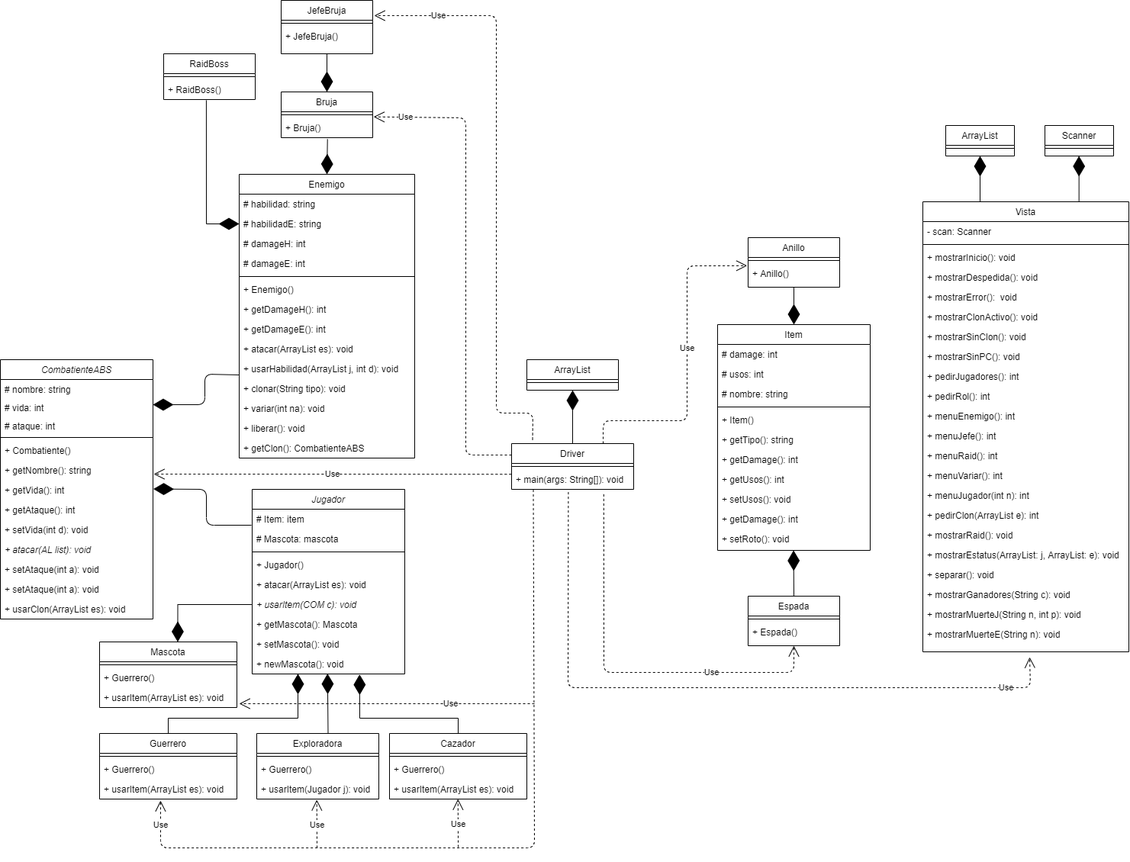
The draw.io diagram UML-Ejercicio5.png in FerEsq/Ejercicio-5, before a commit. Source tidied: cells renumbered, new cells last; positions are measured from the earlier drawing's top-left corner, leaving out a move shared by most shapes.
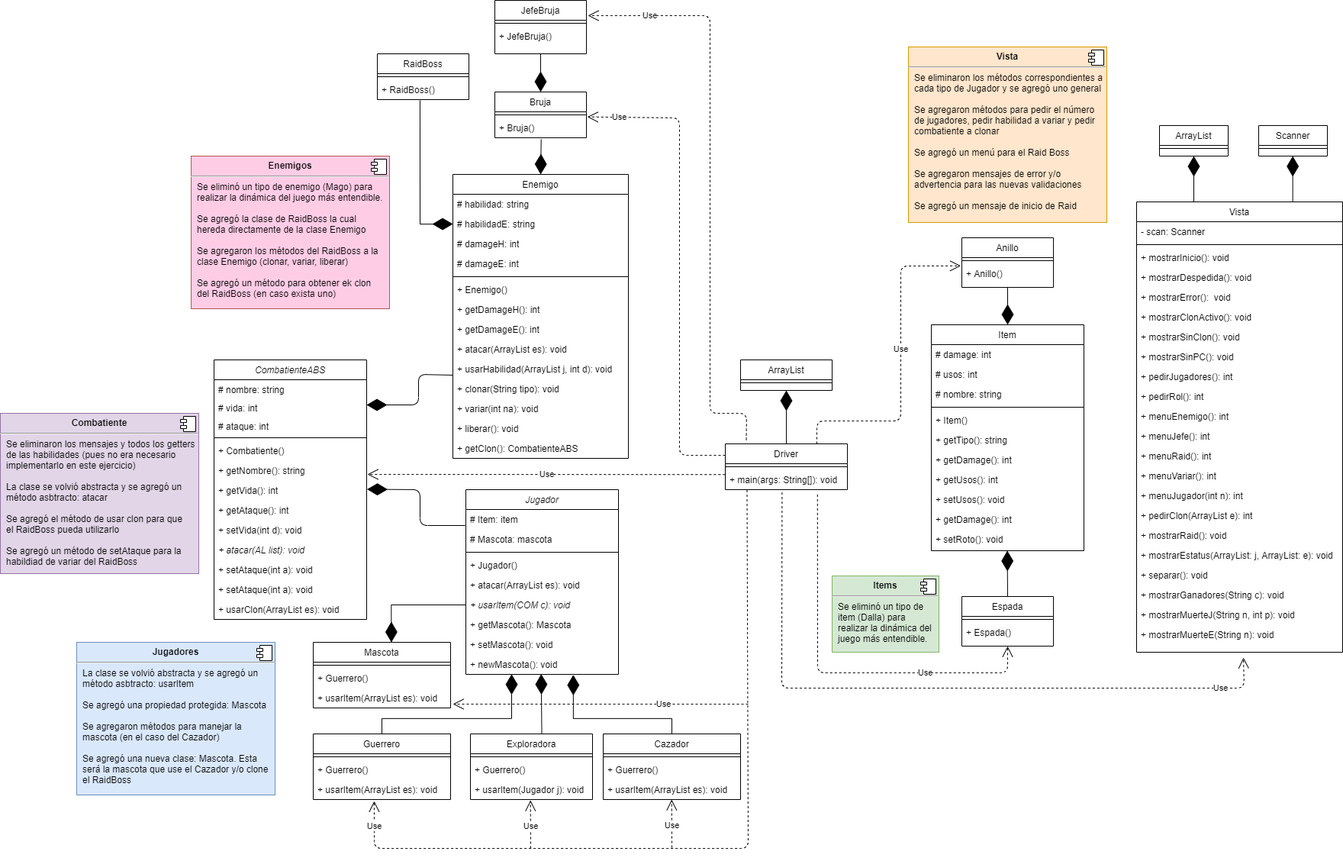
After the commit.

Commit message:
Update del UML

Se agregaron comentarios al UML nuevo (el que corresponde al ejercicio)

Change to the diagram source:
```diff
@@ -498,5 +498,45 @@
         <mxPoint x="1039.6" y="721" as="targetPoint" />
       </mxGeometry>
     </mxCell>
+    <mxCell id="140" value="&lt;p style=&quot;margin: 0px ; margin-top: 6px ; text-align: center&quot;&gt;&lt;b&gt;Enemigos&lt;/b&gt;&lt;/p&gt;&lt;hr&gt;&lt;p style=&quot;margin: 0px ; margin-left: 8px&quot;&gt;Se eliminó un tipo de enemigo (Mago) para&amp;nbsp;&lt;/p&gt;&lt;p style=&quot;margin: 0px ; margin-left: 8px&quot;&gt;realizar la dinámica del juego más entendible.&lt;/p&gt;&lt;p style=&quot;margin: 0px ; margin-left: 8px&quot;&gt;&lt;br&gt;&lt;/p&gt;&lt;p style=&quot;margin: 0px ; margin-left: 8px&quot;&gt;Se agregó la clase de RaidBoss la cual&amp;nbsp;&lt;/p&gt;&lt;p style=&quot;margin: 0px ; margin-left: 8px&quot;&gt;hereda directamente de la clase Enemigo&lt;/p&gt;&lt;p style=&quot;margin: 0px ; margin-left: 8px&quot;&gt;&lt;br&gt;&lt;/p&gt;&lt;p style=&quot;margin: 0px ; margin-left: 8px&quot;&gt;Se agregaron los métodos del RaidBoss a la&lt;/p&gt;&lt;p style=&quot;margin: 0px ; margin-left: 8px&quot;&gt;clase Enemigo (clonar, variar, liberar)&lt;/p&gt;&lt;p style=&quot;margin: 0px ; margin-left: 8px&quot;&gt;&lt;br&gt;&lt;/p&gt;&lt;p style=&quot;margin: 0px ; margin-left: 8px&quot;&gt;Se agregó un método para obtener ek clon&lt;/p&gt;&lt;p style=&quot;margin: 0px ; margin-left: 8px&quot;&gt;del RaidBoss (en caso exista uno)&lt;/p&gt;" style="align=left;overflow=fill;html=1;fillColor=#FFCCE6;strokeColor=#b85450;" parent="1" vertex="1">
+      <mxGeometry x="-30" y="204" width="260" height="200" as="geometry" />
+    </mxCell>
+    <mxCell id="141" style="shape=component;jettyWidth=8;jettyHeight=4;" parent="140" vertex="1">
+      <mxGeometry x="1" width="20" height="20" relative="1" as="geometry">
+        <mxPoint x="-24" y="4" as="offset" />
+      </mxGeometry>
+    </mxCell>
+    <mxCell id="142" value="&lt;p style=&quot;margin: 0px ; margin-top: 6px ; text-align: center&quot;&gt;&lt;b&gt;Combatiente&lt;/b&gt;&lt;/p&gt;&lt;hr&gt;&lt;p style=&quot;margin: 0px ; margin-left: 8px&quot;&gt;Se eliminaron los mensajes y todos los getters&lt;/p&gt;&lt;p style=&quot;margin: 0px ; margin-left: 8px&quot;&gt;de las habilidades (pues no era necesario&lt;/p&gt;&lt;p style=&quot;margin: 0px ; margin-left: 8px&quot;&gt;implementarlo en este ejercicio)&lt;/p&gt;&lt;p style=&quot;margin: 0px ; margin-left: 8px&quot;&gt;&lt;br&gt;&lt;/p&gt;&lt;p style=&quot;margin: 0px ; margin-left: 8px&quot;&gt;La clase se volvió abstracta y se agregó un&lt;/p&gt;&lt;p style=&quot;margin: 0px ; margin-left: 8px&quot;&gt;método asbtracto: atacar&lt;/p&gt;&lt;p style=&quot;margin: 0px ; margin-left: 8px&quot;&gt;&lt;br&gt;&lt;/p&gt;&lt;p style=&quot;margin: 0px ; margin-left: 8px&quot;&gt;Se agregó el método de usar clon para que&amp;nbsp;&lt;/p&gt;&lt;p style=&quot;margin: 0px ; margin-left: 8px&quot;&gt;el RaidBoss pueda utilizarlo&lt;/p&gt;&lt;p style=&quot;margin: 0px ; margin-left: 8px&quot;&gt;&lt;br&gt;&lt;/p&gt;&lt;p style=&quot;margin: 0px ; margin-left: 8px&quot;&gt;Se agregó un método de setAtaque para la&amp;nbsp;&lt;/p&gt;&lt;p style=&quot;margin: 0px ; margin-left: 8px&quot;&gt;habildiad de variar del RaidBoss&lt;/p&gt;&lt;p style=&quot;margin: 0px ; margin-left: 8px&quot;&gt;&amp;nbsp;&lt;/p&gt;" style="align=left;overflow=fill;html=1;fillColor=#e1d5e7;strokeColor=#9673a6;" parent="1" vertex="1">
+      <mxGeometry x="-280" y="541" width="260" height="210" as="geometry" />
+    </mxCell>
+    <mxCell id="143" style="shape=component;jettyWidth=8;jettyHeight=4;" parent="142" vertex="1">
+      <mxGeometry x="1" width="20" height="20" relative="1" as="geometry">
+        <mxPoint x="-24" y="4" as="offset" />
+      </mxGeometry>
+    </mxCell>
+    <mxCell id="144" value="&lt;p style=&quot;margin: 0px ; margin-top: 6px ; text-align: center&quot;&gt;&lt;b&gt;Jugadores&lt;/b&gt;&lt;/p&gt;&lt;hr&gt;&lt;p style=&quot;margin: 0px ; margin-left: 8px&quot;&gt;&lt;span&gt;La clase se volvió abstracta y se agregó un&lt;/span&gt;&lt;br&gt;&lt;/p&gt;&lt;p style=&quot;margin: 0px ; margin-left: 8px&quot;&gt;método asbtracto: usarItem&lt;/p&gt;&lt;p style=&quot;margin: 0px ; margin-left: 8px&quot;&gt;&lt;br&gt;&lt;/p&gt;&lt;p style=&quot;margin: 0px ; margin-left: 8px&quot;&gt;Se agregó una propiedad protegida: Mascota&lt;/p&gt;&lt;p style=&quot;margin: 0px ; margin-left: 8px&quot;&gt;&lt;br&gt;&lt;/p&gt;&lt;p style=&quot;margin: 0px ; margin-left: 8px&quot;&gt;Se agregaron métodos para manejar la&amp;nbsp;&lt;/p&gt;&lt;p style=&quot;margin: 0px ; margin-left: 8px&quot;&gt;mascota (en el caso del Cazador)&lt;/p&gt;&lt;p style=&quot;margin: 0px ; margin-left: 8px&quot;&gt;&lt;br&gt;&lt;/p&gt;&lt;p style=&quot;margin: 0px ; margin-left: 8px&quot;&gt;Se agregó una nueva clase: Mascota. Esta&lt;/p&gt;&lt;p style=&quot;margin: 0px ; margin-left: 8px&quot;&gt;será la mascota que use el Cazador y/o clone&lt;/p&gt;&lt;p style=&quot;margin: 0px ; margin-left: 8px&quot;&gt;el RaidBoss&lt;/p&gt;&lt;p style=&quot;margin: 0px ; margin-left: 8px&quot;&gt;&amp;nbsp;&lt;/p&gt;" style="align=left;overflow=fill;html=1;fillColor=#dae8fc;strokeColor=#6c8ebf;" parent="1" vertex="1">
+      <mxGeometry x="-180" y="841" width="260" height="200" as="geometry" />
+    </mxCell>
+    <mxCell id="145" style="shape=component;jettyWidth=8;jettyHeight=4;" parent="144" vertex="1">
+      <mxGeometry x="1" width="20" height="20" relative="1" as="geometry">
+        <mxPoint x="-24" y="4" as="offset" />
+      </mxGeometry>
+    </mxCell>
+    <mxCell id="146" value="&lt;p style=&quot;margin: 0px ; margin-top: 6px ; text-align: center&quot;&gt;&lt;b&gt;Items&lt;/b&gt;&lt;/p&gt;&lt;hr&gt;&lt;p style=&quot;margin: 0px 0px 0px 8px&quot;&gt;Se eliminó un tipo de&amp;nbsp;&lt;/p&gt;&lt;p style=&quot;margin: 0px 0px 0px 8px&quot;&gt;item (Dalla) para&amp;nbsp;&lt;/p&gt;&lt;p style=&quot;margin: 0px 0px 0px 8px&quot;&gt;realizar la dinámica del&amp;nbsp;&lt;/p&gt;&lt;p style=&quot;margin: 0px 0px 0px 8px&quot;&gt;juego más entendible.&lt;/p&gt;&lt;p style=&quot;margin: 0px ; margin-left: 8px&quot;&gt;&amp;nbsp;&lt;/p&gt;" style="align=left;overflow=fill;html=1;fillColor=#d5e8d4;strokeColor=#82b366;" parent="1" vertex="1">
+      <mxGeometry x="810" y="754" width="140" height="100" as="geometry" />
+    </mxCell>
+    <mxCell id="147" style="shape=component;jettyWidth=8;jettyHeight=4;" parent="146" vertex="1">
+      <mxGeometry x="1" width="20" height="20" relative="1" as="geometry">
+        <mxPoint x="-24" y="4" as="offset" />
+      </mxGeometry>
+    </mxCell>
+    <mxCell id="148" value="&lt;p style=&quot;margin: 0px ; margin-top: 6px ; text-align: center&quot;&gt;&lt;b&gt;Vista&lt;/b&gt;&lt;/p&gt;&lt;hr&gt;&lt;p style=&quot;margin: 0px ; margin-left: 8px&quot;&gt;Se eliminaron los métodos correspondientes a&lt;/p&gt;&lt;p style=&quot;margin: 0px ; margin-left: 8px&quot;&gt;cada tipo de Jugador y se agregó uno general&lt;/p&gt;&lt;p style=&quot;margin: 0px ; margin-left: 8px&quot;&gt;&lt;br&gt;&lt;/p&gt;&lt;p style=&quot;margin: 0px ; margin-left: 8px&quot;&gt;Se agregaron métodos para pedir el número&lt;/p&gt;&lt;p style=&quot;margin: 0px ; margin-left: 8px&quot;&gt;de jugadores, pedir habilidad a variar y pedir&lt;/p&gt;&lt;p style=&quot;margin: 0px ; margin-left: 8px&quot;&gt;combatiente a clonar&lt;/p&gt;&lt;p style=&quot;margin: 0px ; margin-left: 8px&quot;&gt;&lt;br&gt;&lt;/p&gt;&lt;p style=&quot;margin: 0px ; margin-left: 8px&quot;&gt;Se agregó un menú para el Raid Boss&lt;/p&gt;&lt;p style=&quot;margin: 0px ; margin-left: 8px&quot;&gt;&lt;br&gt;&lt;/p&gt;&lt;p style=&quot;margin: 0px ; margin-left: 8px&quot;&gt;Se agregaron mensajes de error y/o&amp;nbsp;&lt;/p&gt;&lt;p style=&quot;margin: 0px ; margin-left: 8px&quot;&gt;advertencia para las nuevas validaciones&lt;/p&gt;&lt;p style=&quot;margin: 0px ; margin-left: 8px&quot;&gt;&lt;br&gt;&lt;/p&gt;&lt;p style=&quot;margin: 0px ; margin-left: 8px&quot;&gt;Se agregó un mensaje de inicio de Raid&lt;/p&gt;&lt;p style=&quot;margin: 0px ; margin-left: 8px&quot;&gt;&amp;nbsp;&lt;/p&gt;" style="align=left;overflow=fill;html=1;fillColor=#ffe6cc;strokeColor=#d79b00;" parent="1" vertex="1">
+      <mxGeometry x="910" y="61" width="260" height="230" as="geometry" />
+    </mxCell>
+    <mxCell id="149" style="shape=component;jettyWidth=8;jettyHeight=4;" parent="148" vertex="1">
+      <mxGeometry x="1" width="20" height="20" relative="1" as="geometry">
+        <mxPoint x="-24" y="4" as="offset" />
+      </mxGeometry>
+    </mxCell>
   </root>
 </mxGraphModel>
```
